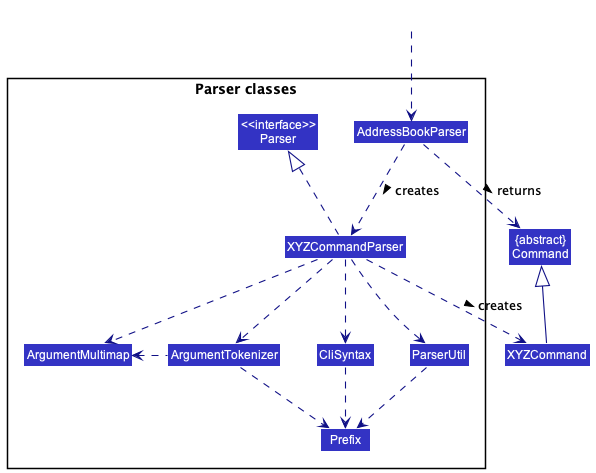
Earlier version of the PlantUML export docs/images/ParserClasses.png (nus-cs2103-AY2223S1/tp).
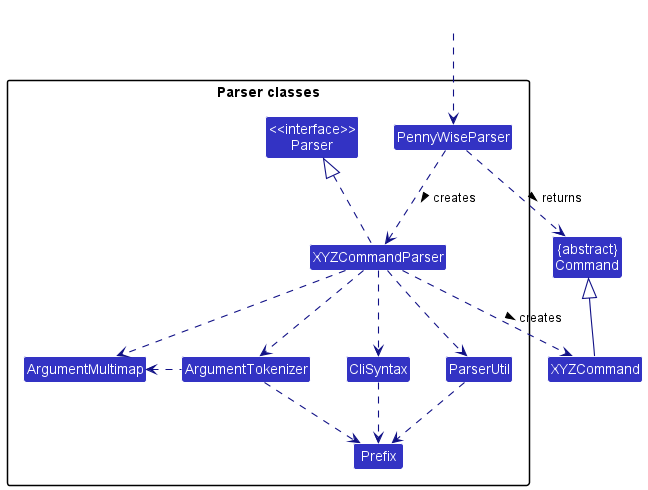
After the commit.

What changed in the source:
```diff
@@ -9,7 +9,7 @@
 
 package "Parser classes"{
 Class "<<interface>>\nParser" as Parser
-Class AddressBookParser
+Class PennyWiseParser
 Class XYZCommandParser
 Class CliSyntax
 Class ParserUtil
@@ -19,12 +19,12 @@
 }
 
 Class HiddenOutside #FFFFFF
-HiddenOutside ..> AddressBookParser
+HiddenOutside ..> PennyWiseParser
 
-AddressBookParser .down.> XYZCommandParser: creates >
+PennyWiseParser .down.> XYZCommandParser: creates >
 
 XYZCommandParser ..> XYZCommand : creates >
-AddressBookParser ..> Command : returns >
+PennyWiseParser ..> Command : returns >
 XYZCommandParser .up.|> Parser
 XYZCommandParser ..> ArgumentMultimap
 XYZCommandParser ..> ArgumentTokenizer
```
